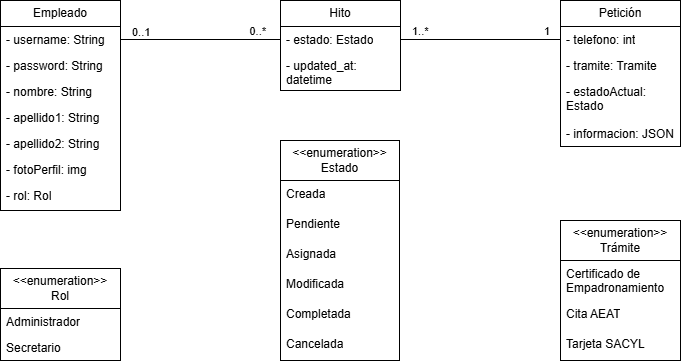
Earlier version of the draw.io export documents/diagramas/modelo_dominio.png (humaral/tfg). Source tidied: cells renumbered, new cells last; positions are measured from the earlier drawing's top-left corner, leaving out a move shared by most shapes.
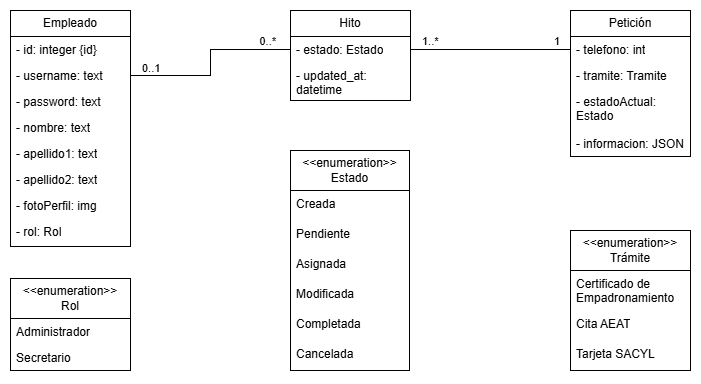
Above is the later version.

Diff of the diagram source:
```diff
@@ -3,28 +3,31 @@
     <mxCell id="0" />
     <mxCell id="1" parent="0" />
     <mxCell id="2" value="Empleado" style="swimlane;fontStyle=0;horizontal=1;startSize=26;fillColor=none;whiteSpace=wrap;html=1;" parent="1" vertex="1">
-      <mxGeometry width="120" height="210" as="geometry" />
+      <mxGeometry width="120" height="236" as="geometry" />
     </mxCell>
-    <mxCell id="3" value="- username: String" style="text;strokeColor=none;fillColor=none;align=left;verticalAlign=top;spacingLeft=4;spacingRight=4;overflow=hidden;points=[[0,0.5],[1,0.5]];portConstraint=eastwest;whiteSpace=wrap;html=1;" parent="2" vertex="1">
-      <mxGeometry y="26" width="120" height="26" as="geometry" />
-    </mxCell>
-    <mxCell id="4" value="- password: String" style="text;strokeColor=none;fillColor=none;align=left;verticalAlign=top;spacingLeft=4;spacingRight=4;overflow=hidden;whiteSpace=wrap;html=1;" parent="2" vertex="1">
-      <mxGeometry y="52" width="120" height="26" as="geometry" />
-    </mxCell>
-    <mxCell id="5" value="- nombre: String" style="text;strokeColor=none;fillColor=none;align=left;verticalAlign=top;spacingLeft=4;spacingRight=4;overflow=hidden;whiteSpace=wrap;html=1;" parent="2" vertex="1">
-      <mxGeometry y="78" width="120" height="26" as="geometry" />
-    </mxCell>
-    <mxCell id="6" value="- apellido1: String" style="text;strokeColor=none;fillColor=none;align=left;verticalAlign=top;spacingLeft=4;spacingRight=4;overflow=hidden;whiteSpace=wrap;html=1;" parent="2" vertex="1">
-      <mxGeometry y="104" width="120" height="26" as="geometry" />
-    </mxCell>
-    <mxCell id="7" value="- apellido2: String" style="text;strokeColor=none;fillColor=none;align=left;verticalAlign=top;spacingLeft=4;spacingRight=4;overflow=hidden;whiteSpace=wrap;html=1;" parent="2" vertex="1">
-      <mxGeometry y="130" width="120" height="26" as="geometry" />
-    </mxCell>
+    <mxCell id="38" value="- id: integer {id}" style="text;strokeColor=none;fillColor=none;align=left;verticalAlign=top;spacingLeft=4;spacingRight=4;overflow=hidden;whiteSpace=wrap;html=1;" parent="2" vertex="1">
+      <mxGeometry y="26" width="120" height="26" as="geometry" />
+    </mxCell>
+    <mxCell id="39" value="- username: text" style="text;strokeColor=none;fillColor=none;align=left;verticalAlign=top;spacingLeft=4;spacingRight=4;overflow=hidden;points=[[0,0.5],[1,0.5]];portConstraint=eastwest;whiteSpace=wrap;html=1;" parent="2" vertex="1">
+      <mxGeometry y="52" width="120" height="26" as="geometry" />
+    </mxCell>
+    <mxCell id="40" value="- password: text" style="text;strokeColor=none;fillColor=none;align=left;verticalAlign=top;spacingLeft=4;spacingRight=4;overflow=hidden;whiteSpace=wrap;html=1;" parent="2" vertex="1">
+      <mxGeometry y="78" width="120" height="26" as="geometry" />
+    </mxCell>
+    <mxCell id="41" value="- nombre: text" style="text;strokeColor=none;fillColor=none;align=left;verticalAlign=top;spacingLeft=4;spacingRight=4;overflow=hidden;whiteSpace=wrap;html=1;" parent="2" vertex="1">
+      <mxGeometry y="104" width="120" height="26" as="geometry" />
+    </mxCell>
+    <mxCell id="42" value="- apellido1: text" style="text;strokeColor=none;fillColor=none;align=left;verticalAlign=top;spacingLeft=4;spacingRight=4;overflow=hidden;whiteSpace=wrap;html=1;" parent="2" vertex="1">
+      <mxGeometry y="130" width="120" height="26" as="geometry" />
+    </mxCell>
+    <mxCell id="43" value="- apellido2: text" style="text;strokeColor=none;fillColor=none;align=left;verticalAlign=top;spacingLeft=4;spacingRight=4;overflow=hidden;whiteSpace=wrap;html=1;" parent="2" vertex="1">
+      <mxGeometry y="156" width="120" height="26" as="geometry" />
+    </mxCell>
     <mxCell id="8" value="- fotoPerfil: img" style="text;strokeColor=none;fillColor=none;align=left;verticalAlign=top;spacingLeft=4;spacingRight=4;overflow=hidden;whiteSpace=wrap;html=1;" parent="2" vertex="1">
-      <mxGeometry y="156" width="120" height="26" as="geometry" />
+      <mxGeometry y="182" width="120" height="26" as="geometry" />
     </mxCell>
     <mxCell id="9" value="- rol: Rol" style="text;strokeColor=none;fillColor=none;align=left;verticalAlign=top;spacingLeft=4;spacingRight=4;overflow=hidden;whiteSpace=wrap;html=1;" parent="2" vertex="1">
-      <mxGeometry y="182" width="120" height="28" as="geometry" />
+      <mxGeometry y="208" width="120" height="28" as="geometry" />
     </mxCell>
     <mxCell id="10" value="Hito" style="swimlane;fontStyle=0;horizontal=1;startSize=26;fillColor=none;whiteSpace=wrap;html=1;" parent="1" vertex="1">
       <mxGeometry x="280" width="120" height="90" as="geometry" />
@@ -92,15 +95,15 @@
     <mxCell id="31" value="Cancelada" style="text;strokeColor=none;fillColor=none;align=left;verticalAlign=top;spacingLeft=4;spacingRight=4;overflow=hidden;whiteSpace=wrap;html=1;" parent="25" vertex="1">
       <mxGeometry y="190" width="119" height="30" as="geometry" />
     </mxCell>
-    <mxCell id="32" style="endArrow=none;html=1;edgeStyle=orthogonalEdgeStyle;rounded=0;exitX=1;exitY=0.5;exitDx=0;exitDy=0;entryX=0;entryY=0.5;entryDx=0;entryDy=0;" parent="1" edge="1" source="3" target="11">
-      <mxGeometry relative="1" as="geometry" />
-    </mxCell>
+    <mxCell id="44" style="endArrow=none;html=1;edgeStyle=orthogonalEdgeStyle;rounded=0;exitX=1;exitY=0.5;exitDx=0;exitDy=0;entryX=0;entryY=0.5;entryDx=0;entryDy=0;" parent="1" edge="1" source="39" target="11">
+      <mxGeometry relative="1" as="geometry" />
+    </mxCell>
-    <mxCell id="33" value="0..1" style="edgeLabel;html=1;align=left;verticalAlign=bottom;" parent="32" vertex="1">
+    <mxCell id="33" value="0..1" style="edgeLabel;html=1;align=left;verticalAlign=bottom;" parent="44" vertex="1">
       <mxGeometry x="-1" relative="1" as="geometry">
         <mxPoint x="10" y="1" as="offset" />
       </mxGeometry>
     </mxCell>
-    <mxCell id="34" value="0..*" style="edgeLabel;html=1;align=right;verticalAlign=bottom;" parent="32" vertex="1">
+    <mxCell id="34" value="0..*" style="edgeLabel;html=1;align=right;verticalAlign=bottom;" parent="44" vertex="1">
       <mxGeometry x="1" relative="1" as="geometry">
         <mxPoint x="-14" as="offset" />
       </mxGeometry>
```
